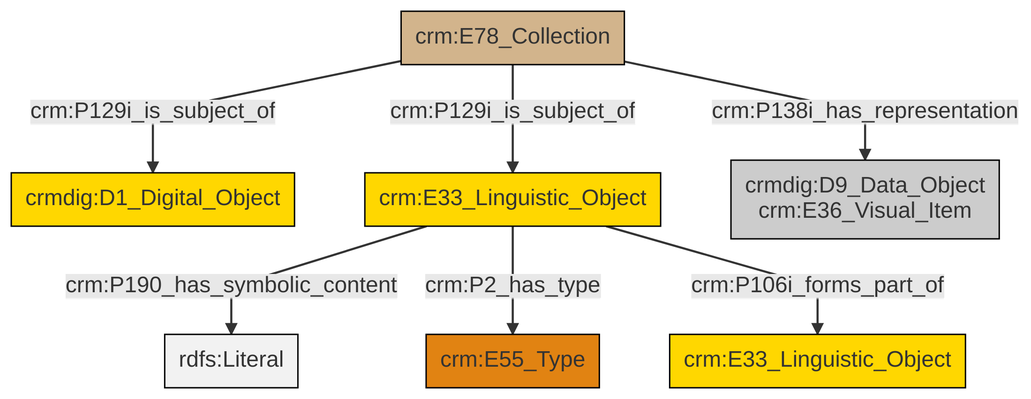
swiss-art-research-net/docs.swissartresearch keeps this Mermaid diagram as et/archivalCSV/ttl/mmd/png/archival_docs.png. Above is the earlier version. Its source is kept beside it as et/archivalCSV/ttl/mmd/archival_docs.ttl.mmd.
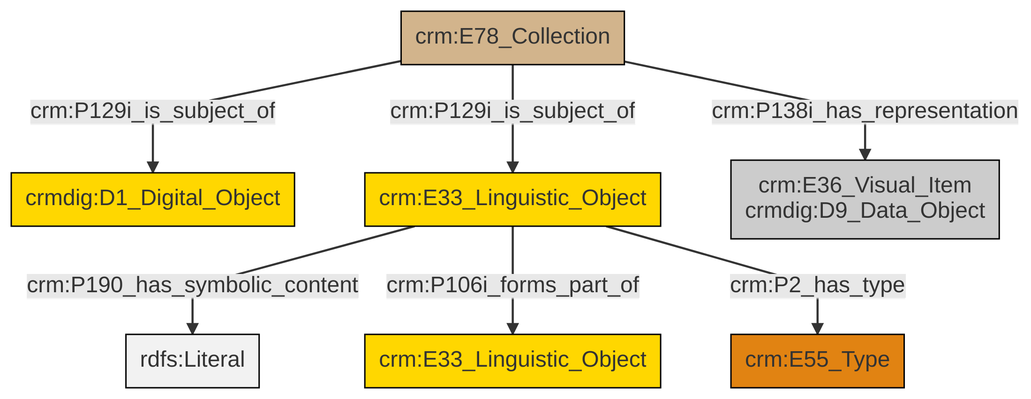
The same diagram one commit later.

Change to the diagram source:
```diff
@@ -13,9 +13,9 @@
 classDef PC_Classes fill:#4ce600, stroke:#000000;
 classDef Multi fill:#cccccc,stroke:#000000;
 
-0["crm:E78_Collection"]:::Physical_Thing -->|crm:P129i_is_subject_of| 1["crmdig:D1_Digital_Object"]:::Conceptual_Object
-3["crm:E33_Linguistic_Object"]:::Conceptual_Object -->|crm:P190_has_symbolic_content| 4[rdfs:Literal]:::Literal
-3["crm:E33_Linguistic_Object"]:::Conceptual_Object -->|crm:P2_has_type| 8["crm:E55_Type"]:::Type
-0["crm:E78_Collection"]:::Physical_Thing -->|crm:P129i_is_subject_of| 3["crm:E33_Linguistic_Object"]:::Conceptual_Object
-3["crm:E33_Linguistic_Object"]:::Conceptual_Object -->|crm:P106i_forms_part_of| 9["crm:E33_Linguistic_Object"]:::Conceptual_Object
-0["crm:E78_Collection"]:::Physical_Thing -->|crm:P138i_has_representation| 5["crmdig:D9_Data_Object<br>crm:E36_Visual_Item"]:::Multi
+4["crm:E33_Linguistic_Object"]:::Conceptual_Object -->|crm:P190_has_symbolic_content| 5[rdfs:Literal]:::Literal
+7["crm:E78_Collection"]:::Physical_Thing -->|crm:P129i_is_subject_of| 0["crmdig:D1_Digital_Object"]:::Conceptual_Object
+4["crm:E33_Linguistic_Object"]:::Conceptual_Object -->|crm:P106i_forms_part_of| 2["crm:E33_Linguistic_Object"]:::Conceptual_Object
+4["crm:E33_Linguistic_Object"]:::Conceptual_Object -->|crm:P2_has_type| 11["crm:E55_Type"]:::Type
+7["crm:E78_Collection"]:::Physical_Thing -->|crm:P138i_has_representation| 9["crm:E36_Visual_Item<br>crmdig:D9_Data_Object"]:::Multi
+7["crm:E78_Collection"]:::Physical_Thing -->|crm:P129i_is_subject_of| 4["crm:E33_Linguistic_Object"]:::Conceptual_Object
```
